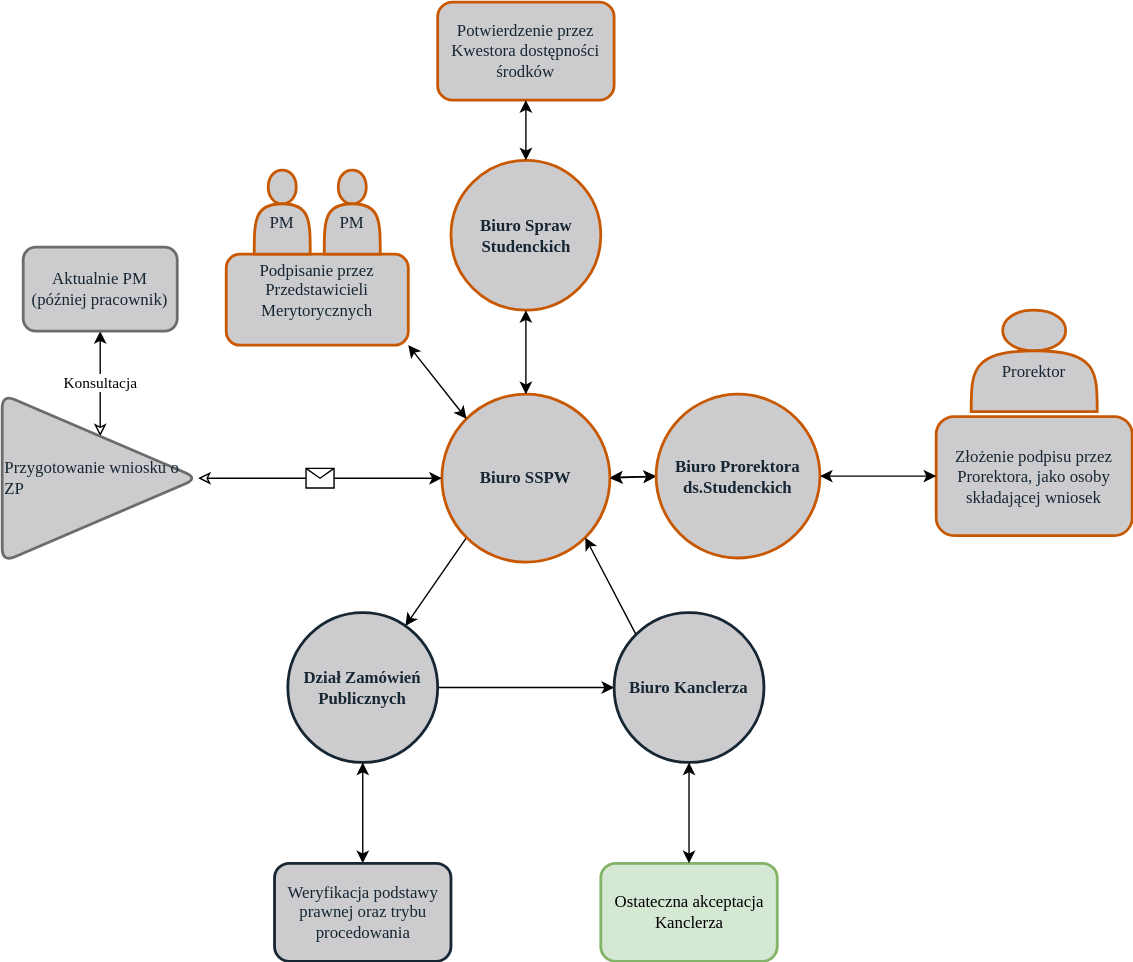
WelfareUnit/rysunki keeps this draw.io diagram as Rysunek ZP.svg. Above is the earlier version. Source tidied: cells renumbered, new cells last; positions are measured from the earlier drawing's top-left corner, leaving out a move shared by most shapes.
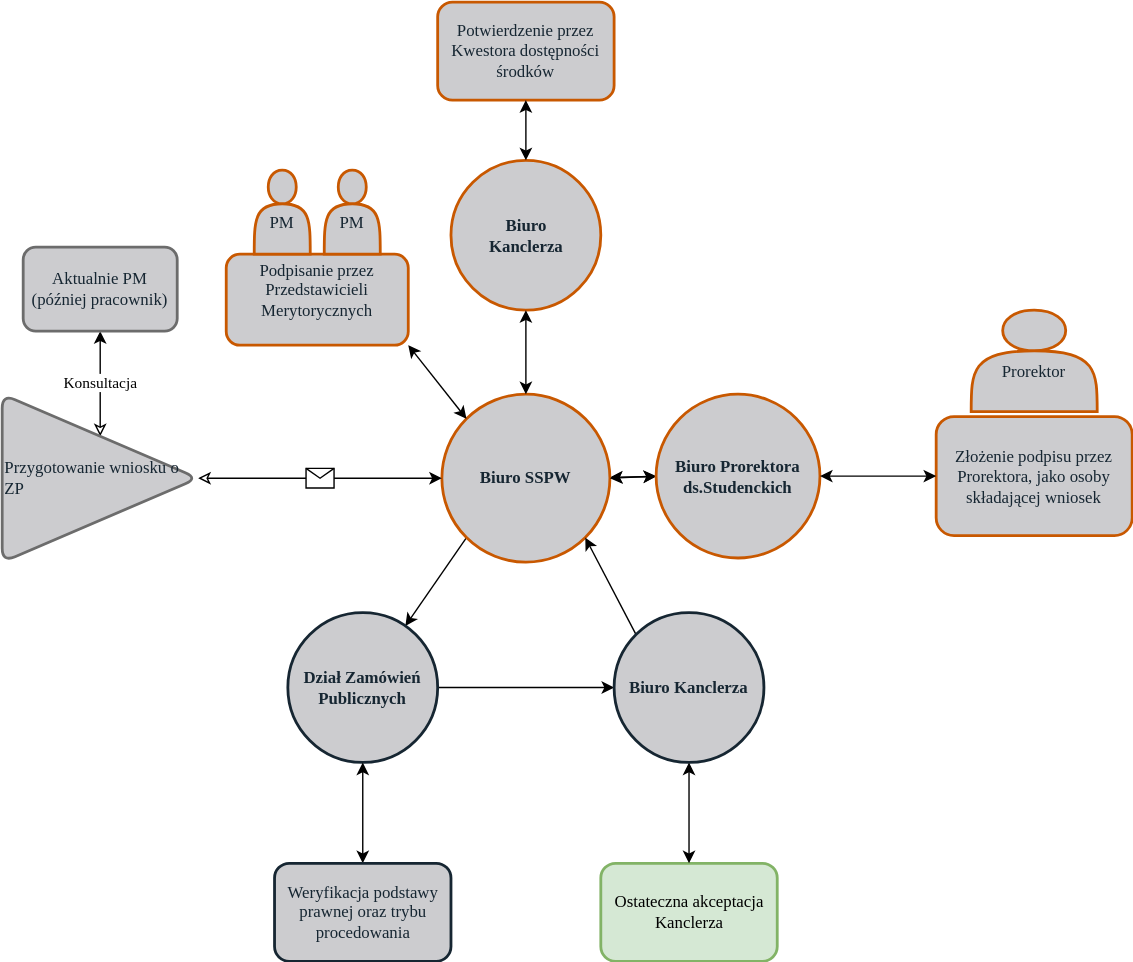
After the commit.

What changed in the source:
```diff
@@ -37,7 +37,7 @@
     <mxCell id="12" style="endArrow=classic;startArrow=classic;html=1;fontFamily=Verdana;fontSize=12;fontColor=#162632;entryX=1;entryY=0.5;entryDx=0;entryDy=0;exitX=0;exitY=0.5;exitDx=0;exitDy=0;" parent="1" edge="1" source="17" target="6">
       <mxGeometry relative="1" as="geometry" />
     </mxCell>
-    <mxCell id="13" value="Biuro Spraw Studenckich" style="ellipse;whiteSpace=wrap;html=1;rounded=1;fontFamily=Verdana;fontSize=12;fontColor=#162632;strokeColor=#C85800;strokeWidth=2;fillColor=#CCCCCF;align=center;fontStyle=1;" parent="1" vertex="1">
+    <mxCell id="13" value="&lt;div&gt;Biuro&lt;/div&gt;&lt;div&gt;Kanclerza&lt;/div&gt;" style="ellipse;whiteSpace=wrap;html=1;rounded=1;fontFamily=Verdana;fontSize=12;fontColor=#162632;strokeColor=#C85800;strokeWidth=2;fillColor=#CCCCCF;align=center;fontStyle=1;" parent="1" vertex="1">
       <mxGeometry x="320.5" y="113" width="107" height="107" as="geometry" />
     </mxCell>
     <mxCell id="14" style="endArrow=classic;startArrow=classic;html=1;fontFamily=Verdana;fontSize=12;fontColor=#162632;exitX=0.5;exitY=0;exitDx=0;exitDy=0;entryX=0.5;entryY=1;entryDx=0;entryDy=0;" parent="1" edge="1" source="6" target="13">
```
